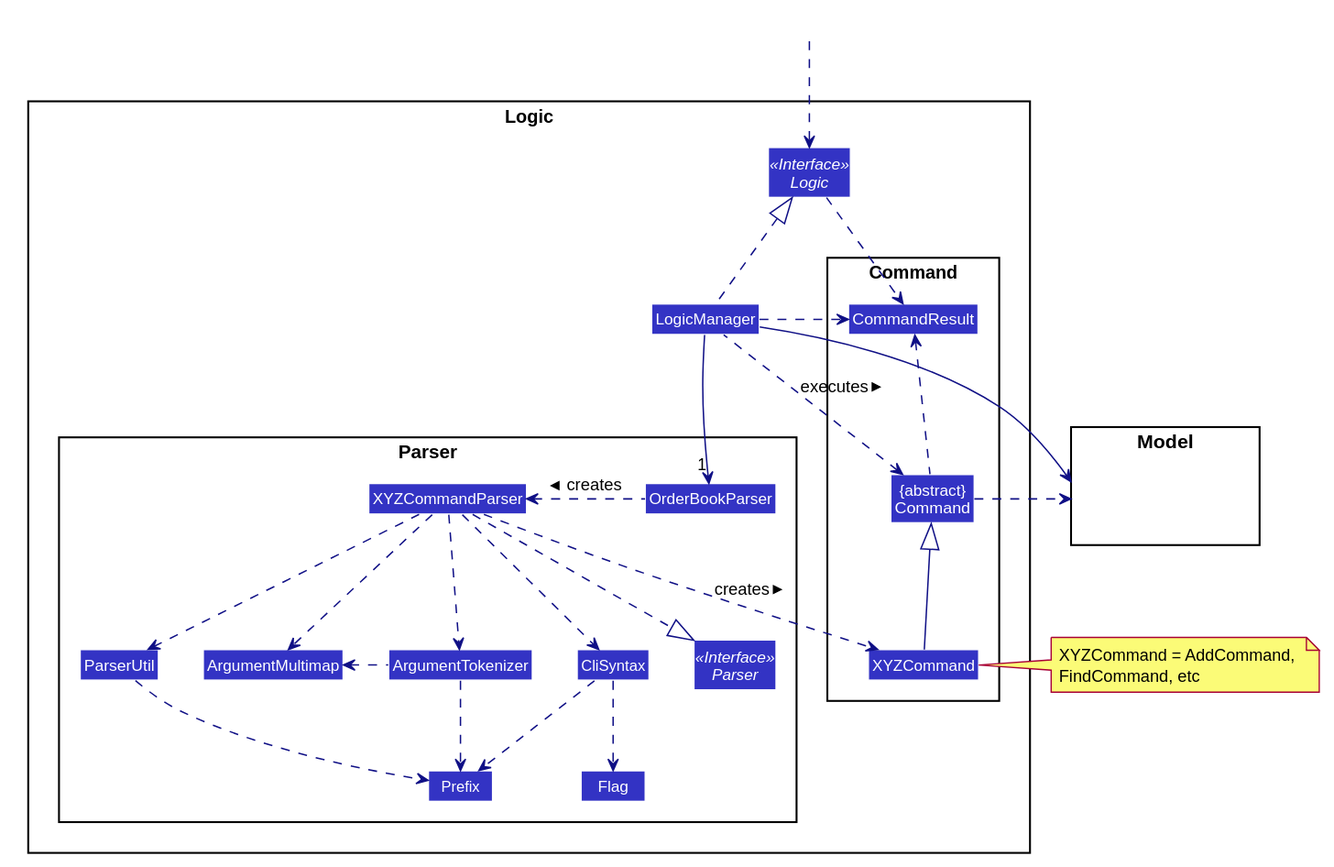
Before: docs/images/LogicClassDiagram.svg, a diagram exported from PlantUML (nus-cs2103-AY1920S2/addressbook-level3).
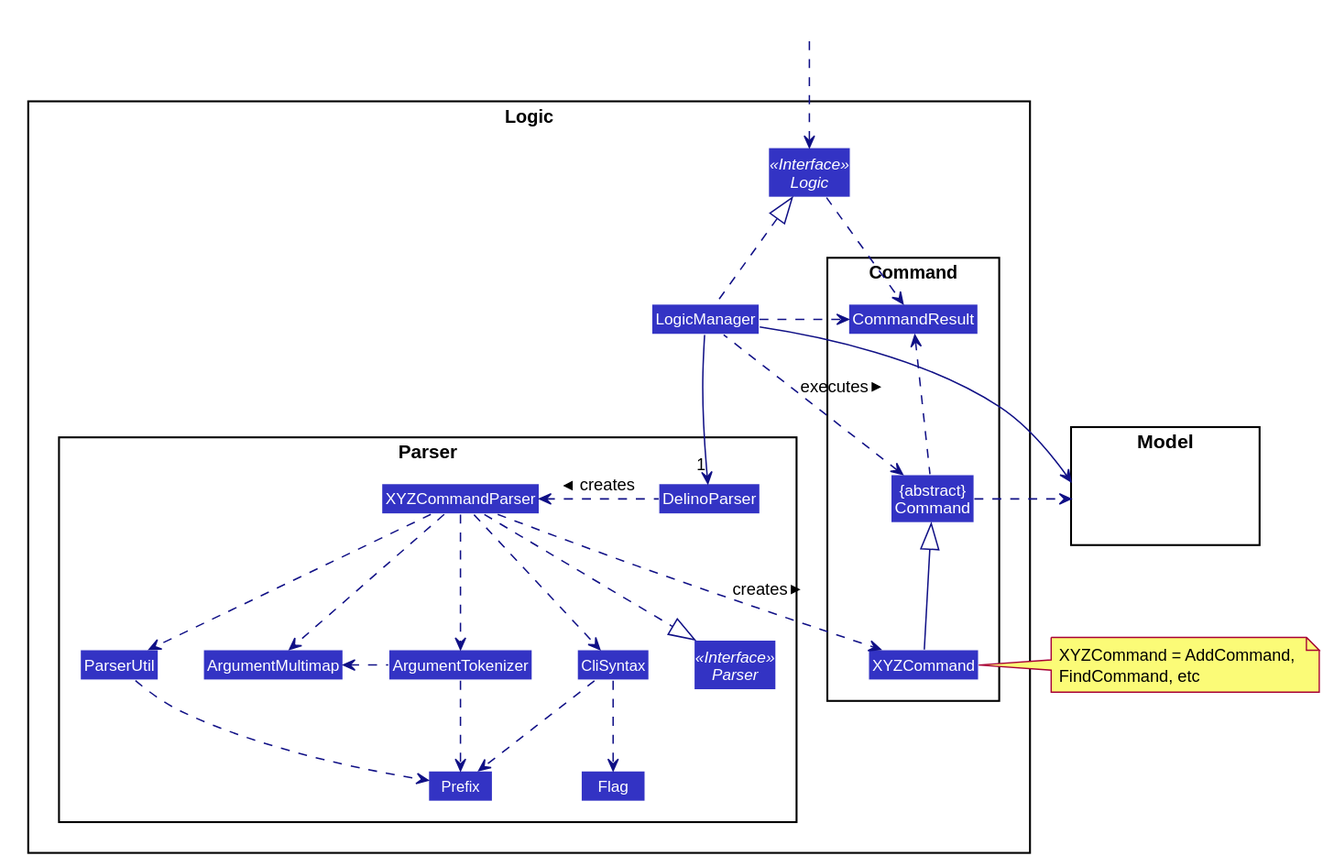
Later version of the same file.

Commit message:
Update LogicClassDiagram.puml from OrderBookParser to DelinoParser

What changed in the source:
```diff
@@ -55,7 +55,7 @@
 
 package Parser {
 Interface Parser <<Interface>>
-Class OrderBookParser
+Class DelinoParser
 Class XYZCommandParser
 Class CliSyntax
 Class ParserUtil
@@ -83,8 +83,8 @@
 HiddenOutside ..> Logic
 
 LogicManager .up.|> Logic
-LogicManager -->"1" OrderBookParser
-OrderBookParser .left.> XYZCommandParser: creates >
+LogicManager -->"1" DelinoParser
+DelinoParser .left.> XYZCommandParser: creates >
 
 XYZCommandParser ..> XYZCommand : creates >
 XYZCommandParser ..|> Parser
```
